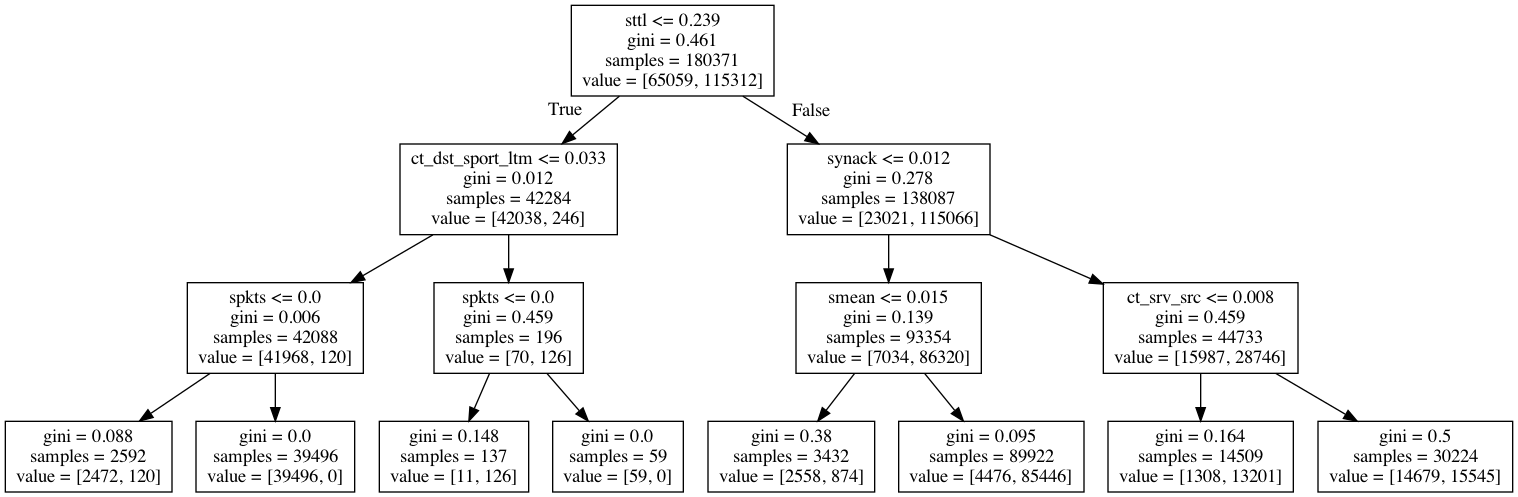
Earlier version of the Graphviz export 5.ML_Models/baseline/images/decisionTree_minmax_corr.png (divyaKh/CMPE255Project). Its source is kept beside it as 5.ML_Models/baseline/images/decisionTree_minmax_corr.dot.
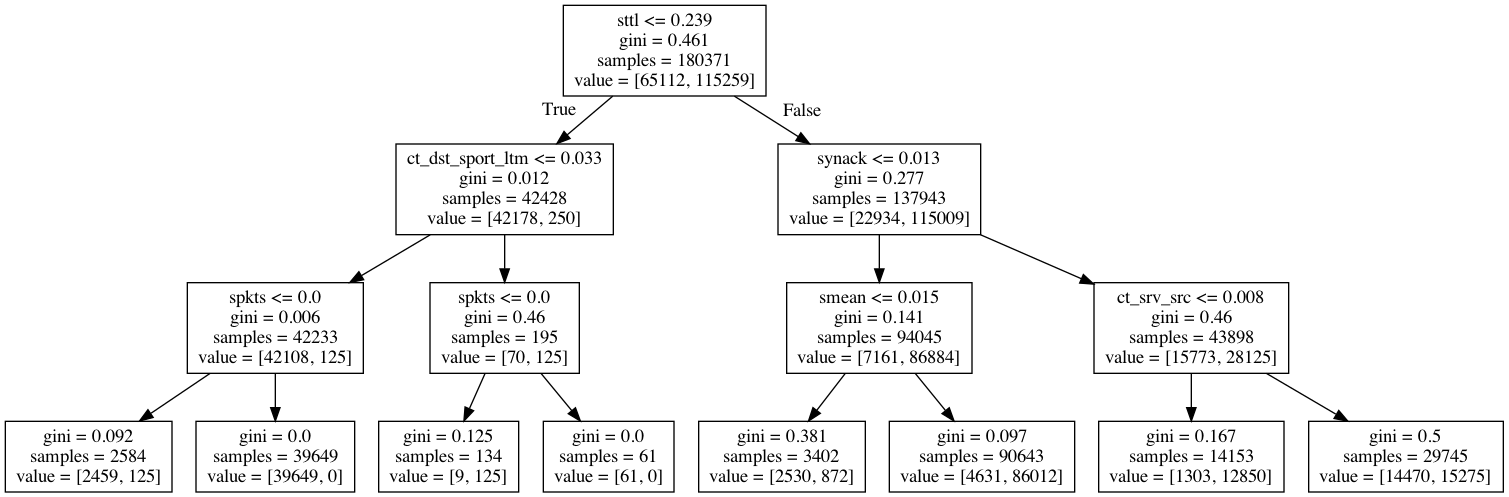
The same diagram one commit later.

Change to the diagram source:
```diff
@@ -1,32 +1,32 @@
 digraph Tree {
 node [shape=box] ;
-0 [label="sttl <= 0.239\ngini = 0.461\nsamples = 180371\nvalue = [65059, 115312]"] ;
-1 [label="ct_dst_sport_ltm <= 0.033\ngini = 0.012\nsamples = 42284\nvalue = [42038, 246]"] ;
+0 [label="sttl <= 0.239\ngini = 0.461\nsamples = 180371\nvalue = [65112, 115259]"] ;
+1 [label="ct_dst_sport_ltm <= 0.033\ngini = 0.012\nsamples = 42428\nvalue = [42178, 250]"] ;
 0 -> 1 [labeldistance=2.5, labelangle=45, headlabel="True"] ;
-2 [label="spkts <= 0.0\ngini = 0.006\nsamples = 42088\nvalue = [41968, 120]"] ;
+2 [label="spkts <= 0.0\ngini = 0.006\nsamples = 42233\nvalue = [42108, 125]"] ;
 1 -> 2 ;
-3 [label="gini = 0.088\nsamples = 2592\nvalue = [2472, 120]"] ;
+3 [label="gini = 0.092\nsamples = 2584\nvalue = [2459, 125]"] ;
 2 -> 3 ;
-4 [label="gini = 0.0\nsamples = 39496\nvalue = [39496, 0]"] ;
+4 [label="gini = 0.0\nsamples = 39649\nvalue = [39649, 0]"] ;
 2 -> 4 ;
-5 [label="spkts <= 0.0\ngini = 0.459\nsamples = 196\nvalue = [70, 126]"] ;
+5 [label="spkts <= 0.0\ngini = 0.46\nsamples = 195\nvalue = [70, 125]"] ;
 1 -> 5 ;
-6 [label="gini = 0.148\nsamples = 137\nvalue = [11, 126]"] ;
+6 [label="gini = 0.125\nsamples = 134\nvalue = [9, 125]"] ;
 5 -> 6 ;
-7 [label="gini = 0.0\nsamples = 59\nvalue = [59, 0]"] ;
+7 [label="gini = 0.0\nsamples = 61\nvalue = [61, 0]"] ;
 5 -> 7 ;
-8 [label="synack <= 0.012\ngini = 0.278\nsamples = 138087\nvalue = [23021, 115066]"] ;
+8 [label="synack <= 0.013\ngini = 0.277\nsamples = 137943\nvalue = [22934, 115009]"] ;
 0 -> 8 [labeldistance=2.5, labelangle=-45, headlabel="False"] ;
-9 [label="smean <= 0.015\ngini = 0.139\nsamples = 93354\nvalue = [7034, 86320]"] ;
+9 [label="smean <= 0.015\ngini = 0.141\nsamples = 94045\nvalue = [7161, 86884]"] ;
 8 -> 9 ;
-10 [label="gini = 0.38\nsamples = 3432\nvalue = [2558, 874]"] ;
+10 [label="gini = 0.381\nsamples = 3402\nvalue = [2530, 872]"] ;
 9 -> 10 ;
-11 [label="gini = 0.095\nsamples = 89922\nvalue = [4476, 85446]"] ;
+11 [label="gini = 0.097\nsamples = 90643\nvalue = [4631, 86012]"] ;
 9 -> 11 ;
-12 [label="ct_srv_src <= 0.008\ngini = 0.459\nsamples = 44733\nvalue = [15987, 28746]"] ;
+12 [label="ct_srv_src <= 0.008\ngini = 0.46\nsamples = 43898\nvalue = [15773, 28125]"] ;
 8 -> 12 ;
-13 [label="gini = 0.164\nsamples = 14509\nvalue = [1308, 13201]"] ;
+13 [label="gini = 0.167\nsamples = 14153\nvalue = [1303, 12850]"] ;
 12 -> 13 ;
-14 [label="gini = 0.5\nsamples = 30224\nvalue = [14679, 15545]"] ;
+14 [label="gini = 0.5\nsamples = 29745\nvalue = [14470, 15275]"] ;
 12 -> 14 ;
 }
```
